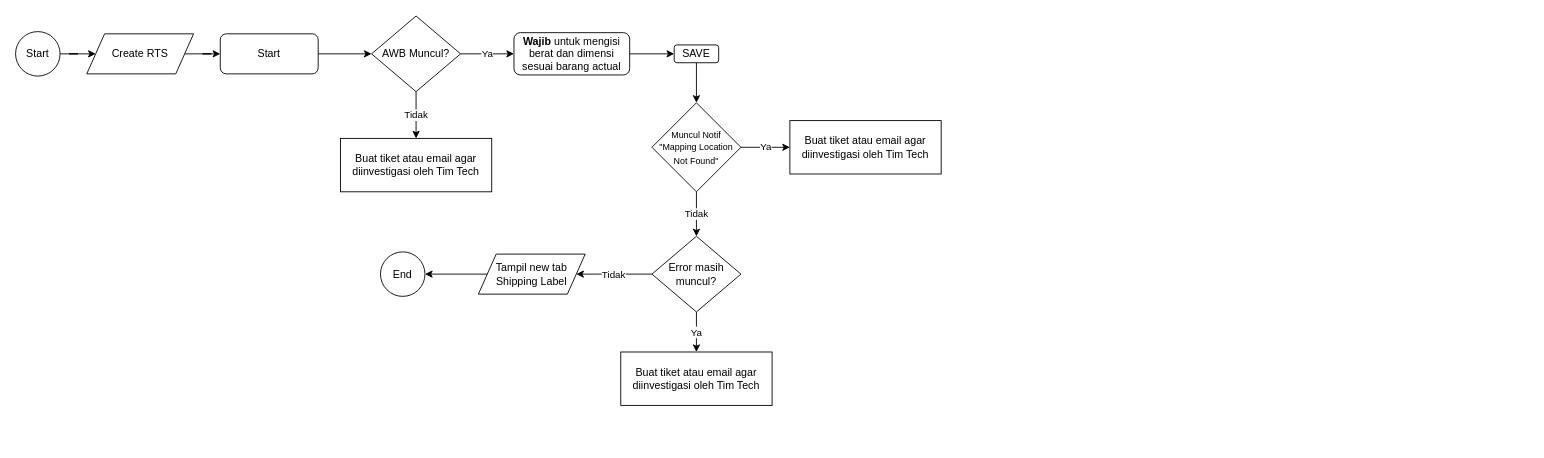
This is reqPickupSDS.drawio from kucingtampan007/draw-io, a draw.io file, before an edit. Source tidied: cells renumbered, new cells numbered last; positions are measured from the earlier drawing's top-left corner, leaving out a move shared by most shapes. Both pictures are drawn from the tidied source at 89%, with x=0, y=0 at pixel (15, 15).
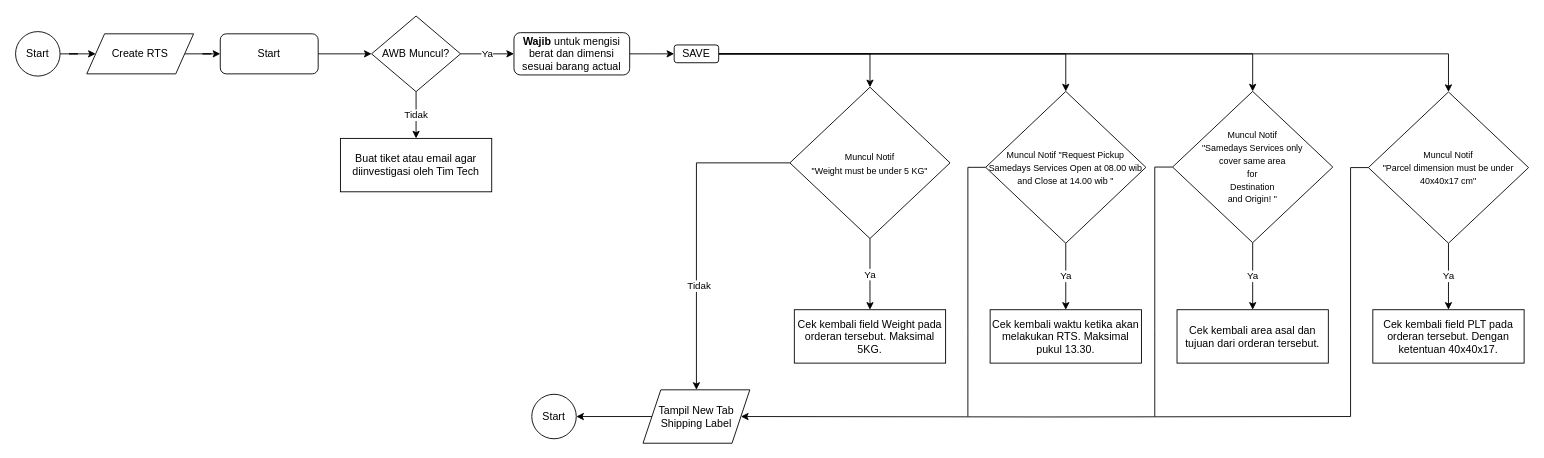
The same diagram, later.

The change refers to these unchanged cells:
```xml
<mxCell id="14" value="SAVE" style="rounded=1;whiteSpace=wrap;html=1;" parent="1" vertex="1">
  <mxGeometry x="740" y="33" width="50" height="20" as="geometry" />
</mxCell>
```

The edit, as a diff of the source:
```diff
@@
+    <mxCell id="27" style="edgeStyle=orthogonalEdgeStyle;rounded=0;jettySize=auto;html=1;exitX=1;exitY=0.5;exitDx=0;exitDy=0;entryX=0.5;entryY=0;entryDx=0;entryDy=0;" parent="1" edge="1" source="14" target="35">
+      <mxGeometry relative="1" as="geometry" />
+    </mxCell>
+    <mxCell id="28" style="edgeStyle=orthogonalEdgeStyle;rounded=0;jettySize=auto;html=1;exitX=1;exitY=0.5;exitDx=0;exitDy=0;" parent="1" edge="1" source="14" target="38">
+      <mxGeometry relative="1" as="geometry" />
+    </mxCell>
+    <mxCell id="29" style="edgeStyle=orthogonalEdgeStyle;rounded=0;jettySize=auto;html=1;entryX=0.5;entryY=0;entryDx=0;entryDy=0;" parent="1" edge="1" source="14" target="44">
+      <mxGeometry relative="1" as="geometry" />
+    </mxCell>
@@
-    <mxCell id="15" value="Tidak" style="edgeStyle=orthogonalEdgeStyle;rounded=0;jettySize=auto;html=1;" parent="1" edge="1" source="17" target="20">
-      <mxGeometry relative="1" as="geometry" />
-    </mxCell>
-    <mxCell id="16" value="Ya" style="edgeStyle=orthogonalEdgeStyle;rounded=0;jettySize=auto;html=1;" parent="1" edge="1" source="17" target="26">
-      <mxGeometry relative="1" as="geometry" />
-    </mxCell>
+    <mxCell id="30" value="Ya" style="edgeStyle=orthogonalEdgeStyle;rounded=0;jettySize=auto;html=1;" parent="1" edge="1" source="17" target="39">
+      <mxGeometry relative="1" as="geometry" />
+    </mxCell>
+    <mxCell id="31" style="edgeStyle=orthogonalEdgeStyle;rounded=0;jettySize=auto;html=1;" parent="1" edge="1" source="17" target="48">
+      <mxGeometry relative="1" as="geometry" />
+    </mxCell>
+    <mxCell id="32" value="Tidak" style="edgeLabel;html=1;align=center;verticalAlign=middle;" parent="31" vertex="1">
+      <mxGeometry x="0.35" y="2" relative="1" as="geometry" />
+    </mxCell>
-    <mxCell id="17" value="&lt;font style=&quot;font-size: 10px&quot;&gt;Muncul Notif &quot;Mapping Location Not Found&quot;&lt;/font&gt;" style="rhombus;whiteSpace=wrap;html=1;" parent="1" vertex="1">
-      <mxGeometry x="715" y="98" width="100" height="100" as="geometry" />
+    <mxCell id="17" value="&lt;div&gt;&lt;font style=&quot;font-size: 10px&quot;&gt;Muncul Notif &lt;br&gt;&lt;/font&gt;&lt;/div&gt;&lt;div&gt;&lt;font style=&quot;font-size: 10px&quot;&gt;&quot;Weight must be under 5 KG&quot;&lt;/font&gt;&lt;/div&gt;" style="rhombus;whiteSpace=wrap;html=1;" parent="1" vertex="1">
+      <mxGeometry x="870" y="80.5" width="180" height="170" as="geometry" />
     </mxCell>
-    <mxCell id="18" value="Ya" style="edgeStyle=orthogonalEdgeStyle;rounded=0;jettySize=auto;html=1;" parent="1" edge="1" source="20" target="25">
-      <mxGeometry relative="1" as="geometry" />
-    </mxCell>
-    <mxCell id="19" value="Tidak" style="edgeStyle=orthogonalEdgeStyle;rounded=0;jettySize=auto;html=1;" parent="1" edge="1" source="20" target="22">
-      <mxGeometry relative="1" as="geometry" />
-    </mxCell>
-    <mxCell id="20" value="Error masih muncul?" style="rhombus;whiteSpace=wrap;html=1;" parent="1" vertex="1">
-      <mxGeometry x="715" y="248" width="100" height="85" as="geometry" />
-    </mxCell>
-    <mxCell id="21" style="edgeStyle=orthogonalEdgeStyle;rounded=0;jettySize=auto;html=1;" parent="1" edge="1" source="22" target="23">
-      <mxGeometry relative="1" as="geometry" />
-    </mxCell>
-    <mxCell id="22" value="Tampil new tab Shipping Label" style="shape=parallelogram;perimeter=parallelogramPerimeter;whiteSpace=wrap;html=1;fixedSize=1;" parent="1" vertex="1">
-      <mxGeometry x="520" y="268" width="120" height="45" as="geometry" />
-    </mxCell>
-    <mxCell id="23" value="End" style="ellipse;whiteSpace=wrap;html=1;" parent="1" vertex="1">
-      <mxGeometry x="410" y="265.5" width="50" height="50" as="geometry" />
-    </mxCell>
@@
-    <mxCell id="25" value="Buat tiket atau email agar diinvestigasi oleh Tim Tech" style="rounded=0;whiteSpace=wrap;html=1;" parent="1" vertex="1">
-      <mxGeometry x="680" y="378" width="170" height="60" as="geometry" />
-    </mxCell>
-    <mxCell id="26" value="Buat tiket atau email agar diinvestigasi oleh Tim Tech" style="rounded=0;whiteSpace=wrap;html=1;" parent="1" vertex="1">
-      <mxGeometry x="870" y="118" width="170" height="60" as="geometry" />
-    </mxCell>
+    <mxCell id="33" value="Ya" style="edgeStyle=orthogonalEdgeStyle;rounded=0;jettySize=auto;html=1;" parent="1" edge="1" source="35" target="41">
+      <mxGeometry relative="1" as="geometry" />
+    </mxCell>
+    <mxCell id="34" style="edgeStyle=orthogonalEdgeStyle;rounded=0;jettySize=auto;html=1;endArrow=none;endFill=0;" parent="1" edge="1" source="35">
+      <mxGeometry relative="1" as="geometry">
+        <mxPoint x="1070" y="450.5" as="targetPoint" />
+      </mxGeometry>
+    </mxCell>
+    <mxCell id="35" value="&lt;font style=&quot;font-size: 10px&quot;&gt;Muncul Notif &quot;Request Pickup Samedays Services Open at 08.00 wib and Close at 14.00 wib &quot;&lt;/font&gt;" style="rhombus;whiteSpace=wrap;html=1;" parent="1" vertex="1">
+      <mxGeometry x="1090" y="85.2" width="180" height="170.6" as="geometry" />
+    </mxCell>
+    <mxCell id="36" value="Ya" style="edgeStyle=orthogonalEdgeStyle;rounded=0;jettySize=auto;html=1;" parent="1" edge="1" source="38" target="40">
+      <mxGeometry relative="1" as="geometry" />
+    </mxCell>
+    <mxCell id="37" style="edgeStyle=orthogonalEdgeStyle;rounded=0;jettySize=auto;html=1;endArrow=none;endFill=0;" parent="1" edge="1" source="38">
+      <mxGeometry relative="1" as="geometry">
+        <mxPoint x="1280" y="450.5" as="targetPoint" />
+      </mxGeometry>
+    </mxCell>
+    <mxCell id="38" value="&lt;div&gt;&lt;font style=&quot;font-size: 10px&quot;&gt;Muncul Notif&lt;br&gt;&lt;/font&gt;&lt;/div&gt;&lt;div&gt;&lt;font style=&quot;font-size: 10px&quot;&gt;&quot;Samedays Services only &lt;br&gt;&lt;/font&gt;&lt;/div&gt;&lt;div&gt;&lt;font style=&quot;font-size: 10px&quot;&gt;cover same area &lt;br&gt;&lt;/font&gt;&lt;/div&gt;&lt;div&gt;&lt;font style=&quot;font-size: 10px&quot;&gt;for &lt;br&gt;&lt;/font&gt;&lt;/div&gt;&lt;div&gt;&lt;font style=&quot;font-size: 10px&quot;&gt;Destination&lt;/font&gt;&lt;/div&gt;&lt;div&gt;&lt;font style=&quot;font-size: 10px&quot;&gt; and Origin! &quot;&lt;/font&gt;&lt;/div&gt;" style="rhombus;whiteSpace=wrap;html=1;" parent="1" vertex="1">
+      <mxGeometry x="1300" y="85.2" width="180" height="170" as="geometry" />
+    </mxCell>
+    <mxCell id="39" value="Cek kembali field Weight pada orderan tersebut. Maksimal 5KG." style="rounded=0;whiteSpace=wrap;html=1;" parent="1" vertex="1">
+      <mxGeometry x="875" y="330.5" width="170" height="60" as="geometry" />
+    </mxCell>
+    <mxCell id="40" value="Cek kembali area asal dan tujuan dari orderan tersebut." style="rounded=0;whiteSpace=wrap;html=1;" parent="1" vertex="1">
+      <mxGeometry x="1305" y="330.5" width="170" height="60" as="geometry" />
+    </mxCell>
+    <mxCell id="41" value="Cek kembali waktu ketika akan melakukan RTS. Maksimal pukul 13.30." style="rounded=0;whiteSpace=wrap;html=1;" parent="1" vertex="1">
+      <mxGeometry x="1095" y="330.5" width="170" height="60" as="geometry" />
+    </mxCell>
+    <mxCell id="42" value="Ya" style="edgeStyle=orthogonalEdgeStyle;rounded=0;jettySize=auto;html=1;" parent="1" edge="1" source="44" target="45">
+      <mxGeometry relative="1" as="geometry" />
+    </mxCell>
+    <mxCell id="43" style="edgeStyle=orthogonalEdgeStyle;rounded=0;jettySize=auto;html=1;endArrow=none;endFill=0;" parent="1" edge="1" source="44">
+      <mxGeometry relative="1" as="geometry">
+        <mxPoint x="1500" y="450.5" as="targetPoint" />
+      </mxGeometry>
+    </mxCell>
+    <mxCell id="44" value="&lt;div&gt;&lt;font style=&quot;font-size: 10px&quot;&gt;Muncul Notif &lt;br&gt;&lt;/font&gt;&lt;/div&gt;&lt;div&gt;&lt;font style=&quot;font-size: 10px&quot;&gt;&quot;Parcel dimension must be under 40x40x17 cm&quot;&lt;/font&gt;&lt;/div&gt;" style="rhombus;whiteSpace=wrap;html=1;" parent="1" vertex="1">
+      <mxGeometry x="1520" y="85.8" width="180" height="170" as="geometry" />
+    </mxCell>
+    <mxCell id="45" value="Cek kembali field PLT pada orderan tersebut. Dengan ketentuan 40x40x17." style="rounded=0;whiteSpace=wrap;html=1;" parent="1" vertex="1">
+      <mxGeometry x="1525" y="330.5" width="170" height="60" as="geometry" />
+    </mxCell>
+    <mxCell id="46" style="edgeStyle=orthogonalEdgeStyle;rounded=0;jettySize=auto;html=1;" parent="1" edge="1" source="48" target="49">
+      <mxGeometry relative="1" as="geometry" />
+    </mxCell>
+    <mxCell id="47" style="edgeStyle=orthogonalEdgeStyle;jettySize=auto;html=1;rounded=0;strokeWidth=1;" parent="1" edge="1" target="48">
+      <mxGeometry relative="1" as="geometry">
+        <mxPoint x="1500" y="450.5" as="sourcePoint" />
+      </mxGeometry>
+    </mxCell>
+    <mxCell id="48" value="Tampil New Tab Shipping Label" style="shape=parallelogram;perimeter=parallelogramPerimeter;whiteSpace=wrap;html=1;fixedSize=1;" parent="1" vertex="1">
+      <mxGeometry x="705" y="420.5" width="120" height="60" as="geometry" />
+    </mxCell>
+    <mxCell id="49" value="Start" style="ellipse;whiteSpace=wrap;html=1;" parent="1" vertex="1">
+      <mxGeometry x="580" y="425.5" width="50" height="50" as="geometry" />
+    </mxCell>
```
